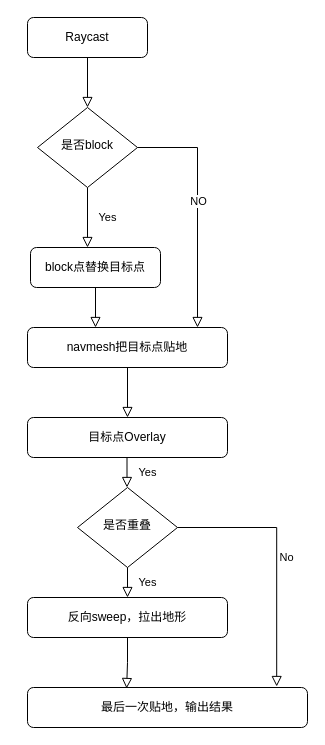
This is Untitled Diagram.drawio from justinzhuguangwen/behaviac, a draw.io file, before an edit. Source tidied: cells renumbered, new cells numbered last; positions are measured from the earlier drawing's top-left corner, leaving out a move shared by most shapes. Both pictures are drawn from the tidied source at 100%, with x=0, y=0 at pixel (27, 17).
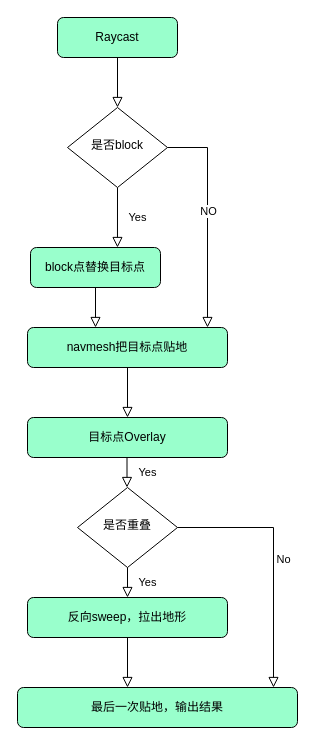
The same diagram, later.

Unchanged cells that the change refers to:
```xml
<mxCell id="8" value="是否重叠" style="rhombus;whiteSpace=wrap;html=1;shadow=0;fontFamily=Helvetica;fontSize=12;align=center;strokeWidth=1;spacing=6;spacingTop=-4;" parent="1" vertex="1">
  <mxGeometry x="50" y="470" width="100" height="80" as="geometry" />
</mxCell>
```

Diff of the diagram source:
```diff
@@
-    <mxCell id="3" value="Raycast" style="rounded=1;whiteSpace=wrap;html=1;fontSize=12;glass=0;strokeWidth=1;shadow=0;" parent="1" vertex="1">
-      <mxGeometry width="120" height="40" as="geometry" />
+    <mxCell id="3" value="Raycast" style="rounded=1;whiteSpace=wrap;html=1;fontSize=12;glass=0;strokeWidth=1;shadow=0;fillColor=#99FFCC;" parent="1" vertex="1">
+      <mxGeometry x="30" width="120" height="40" as="geometry" />
     </mxCell>
-    <mxCell id="4" value="Yes" style="rounded=0;html=1;jettySize=auto;fontSize=11;endArrow=block;endFill=0;endSize=8;strokeWidth=1;shadow=0;labelBackgroundColor=none;edgeStyle=orthogonalEdgeStyle;" parent="1" edge="1" source="5">
-      <mxGeometry y="20" relative="1" as="geometry">
-        <mxPoint x="60" y="230" as="targetPoint" />
-        <Array as="points">
-          <mxPoint x="60" y="230" />
-          <mxPoint x="60" y="230" />
-        </Array>
-      </mxGeometry>
+    <mxCell id="4" value="Yes" style="rounded=0;html=1;jettySize=auto;fontSize=11;endArrow=block;endFill=0;endSize=8;strokeWidth=1;shadow=0;labelBackgroundColor=none;edgeStyle=orthogonalEdgeStyle;exitX=0.5;exitY=1;exitDx=0;exitDy=0;entryX=0.669;entryY=0;entryDx=0;entryDy=0;entryPerimeter=0;" parent="1" edge="1" source="5" target="12">
+      <mxGeometry y="20" relative="1" as="geometry" />
     </mxCell>
     <mxCell id="5" value="是否block" style="rhombus;whiteSpace=wrap;html=1;shadow=0;fontFamily=Helvetica;fontSize=12;align=center;strokeWidth=1;spacing=6;spacingTop=-4;" parent="1" vertex="1">
-      <mxGeometry x="10" y="90" width="100" height="80" as="geometry" />
+      <mxGeometry x="40" y="90" width="100" height="80" as="geometry" />
     </mxCell>
-    <mxCell id="6" value="目标点Overlay" style="rounded=1;whiteSpace=wrap;html=1;fontSize=12;glass=0;strokeWidth=1;shadow=0;" parent="1" vertex="1">
+    <mxCell id="6" value="目标点Overlay" style="rounded=1;whiteSpace=wrap;html=1;fontSize=12;glass=0;strokeWidth=1;shadow=0;fillColor=#99FFCC;" parent="1" vertex="1">
       <mxGeometry y="400" width="200" height="40" as="geometry" />
     </mxCell>
-    <mxCell id="7" value="反向sweep，拉出地形" style="rounded=1;whiteSpace=wrap;html=1;fontSize=12;glass=0;strokeWidth=1;shadow=0;" parent="1" vertex="1">
+    <mxCell id="7" value="反向sweep，拉出地形" style="rounded=1;whiteSpace=wrap;html=1;fontSize=12;glass=0;strokeWidth=1;shadow=0;fillColor=#99FFCC;" parent="1" vertex="1">
       <mxGeometry y="580" width="200" height="40" as="geometry" />
     </mxCell>
@@
-    <mxCell id="9" value="No" style="edgeStyle=orthogonalEdgeStyle;rounded=0;html=1;jettySize=auto;fontSize=11;endArrow=block;endFill=0;endSize=8;strokeWidth=1;shadow=0;labelBackgroundColor=none;exitX=1;exitY=0.5;exitDx=0;exitDy=0;entryX=0.89;entryY=-0.025;entryDx=0;entryDy=0;entryPerimeter=0;" parent="1" edge="1" source="8" target="11">
+    <mxCell id="9" value="No" style="edgeStyle=orthogonalEdgeStyle;rounded=0;html=1;jettySize=auto;fontSize=11;endArrow=block;endFill=0;endSize=8;strokeWidth=1;shadow=0;labelBackgroundColor=none;exitX=1;exitY=0.5;exitDx=0;exitDy=0;" parent="1" edge="1" source="8">
       <mxGeometry y="10" relative="1" as="geometry">
+        <mxPoint x="246" y="670" as="targetPoint" />
         <Array as="points">
-          <mxPoint x="249" y="510" />
+          <mxPoint x="246" y="510" />
         </Array>
       </mxGeometry>
     </mxCell>
@@
-    <mxCell id="11" value="最后一次贴地，输出结果" style="rounded=1;whiteSpace=wrap;html=1;fontSize=12;glass=0;strokeWidth=1;shadow=0;" parent="1" vertex="1">
-      <mxGeometry y="670" width="280" height="40" as="geometry" />
+    <mxCell id="11" value="最后一次贴地，输出结果" style="rounded=1;whiteSpace=wrap;html=1;fontSize=12;glass=0;strokeWidth=1;shadow=0;fillColor=#99FFCC;" parent="1" vertex="1">
+      <mxGeometry x="-10" y="670" width="280" height="40" as="geometry" />
     </mxCell>
-    <mxCell id="12" value="block点替换目标点" style="rounded=1;whiteSpace=wrap;html=1;fontSize=12;glass=0;strokeWidth=1;shadow=0;" parent="1" vertex="1">
+    <mxCell id="12" value="block点替换目标点" style="rounded=1;whiteSpace=wrap;html=1;fontSize=12;glass=0;strokeWidth=1;shadow=0;fillColor=#99FFCC;" parent="1" vertex="1">
       <mxGeometry x="3" y="230" width="130" height="40" as="geometry" />
     </mxCell>
-    <mxCell id="13" value="navmesh把目标点贴地" style="rounded=1;whiteSpace=wrap;html=1;fontSize=12;glass=0;strokeWidth=1;shadow=0;" parent="1" vertex="1">
+    <mxCell id="13" value="navmesh把目标点贴地" style="rounded=1;whiteSpace=wrap;html=1;fontSize=12;glass=0;strokeWidth=1;shadow=0;fillColor=#99FFCC;" parent="1" vertex="1">
       <mxGeometry y="310" width="200" height="40" as="geometry" />
     </mxCell>
     <mxCell id="14" style="rounded=0;html=1;jettySize=auto;fontSize=11;endArrow=block;endFill=0;endSize=8;strokeWidth=1;shadow=0;labelBackgroundColor=none;edgeStyle=orthogonalEdgeStyle;exitX=1;exitY=0.5;exitDx=0;exitDy=0;" parent="1" edge="1" source="5">
       <mxGeometry relative="1" as="geometry">
-        <mxPoint x="170" y="310" as="targetPoint" />
+        <mxPoint x="180" y="310" as="targetPoint" />
         <Array as="points">
-          <mxPoint x="170" y="130" />
+          <mxPoint x="180" y="130" />
+          <mxPoint x="180" y="310" />
         </Array>
       </mxGeometry>
     </mxCell>
@@
-    <mxCell id="19" style="rounded=0;html=1;jettySize=auto;fontSize=11;endArrow=block;endFill=0;endSize=8;strokeWidth=1;shadow=0;labelBackgroundColor=none;edgeStyle=orthogonalEdgeStyle;exitX=0.5;exitY=1;exitDx=0;exitDy=0;entryX=0.354;entryY=0.025;entryDx=0;entryDy=0;entryPerimeter=0;" parent="1" edge="1" source="7" target="11">
-      <mxGeometry relative="1" as="geometry" />
+    <mxCell id="19" style="rounded=0;html=1;jettySize=auto;fontSize=11;endArrow=block;endFill=0;endSize=8;strokeWidth=1;shadow=0;labelBackgroundColor=none;edgeStyle=orthogonalEdgeStyle;exitX=0.5;exitY=1;exitDx=0;exitDy=0;" parent="1" edge="1" source="7">
+      <mxGeometry relative="1" as="geometry">
+        <mxPoint x="100" y="670" as="targetPoint" />
+        <Array as="points">
+          <mxPoint x="100" y="671" />
+        </Array>
+      </mxGeometry>
     </mxCell>
```
